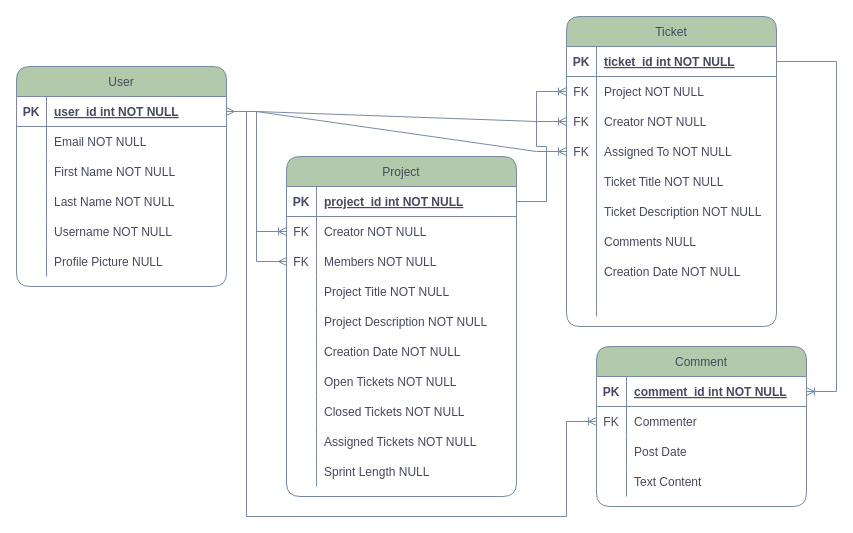
Before: config and documentation/database-schema.drawio in krishabbashyal/issue-tracker, a draw.io diagram. Source tidied: cells renumbered, new cells numbered last; positions are measured from the earlier drawing's top-left corner, leaving out a move shared by most shapes. Both pictures are drawn from the tidied source at 100%, with x=0, y=0 at pixel (16, 16).
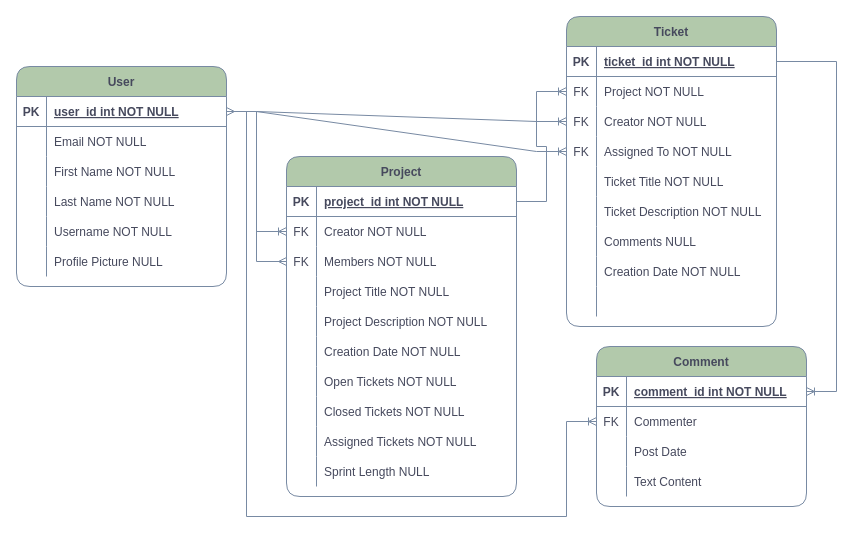
The same page after the edit.

Change to the diagram source:
```diff
@@
-    <mxCell id="2" value="User" style="shape=table;startSize=30;childLayout=tableLayout;rowLines=0;fontStyle=0;align=center;rounded=1;fillColor=#B2C9AB;strokeColor=#788AA3;fontColor=#46495D;strokeWidth=1;" parent="1" vertex="1">
+    <mxCell id="2" value="User" style="shape=table;startSize=30;childLayout=tableLayout;rowLines=0;fontStyle=1;align=center;rounded=1;fillColor=#B2C9AB;strokeColor=#788AA3;fontColor=#46495D;strokeWidth=1;" parent="1" vertex="1">
       <mxGeometry y="50" width="210" height="220" as="geometry" />
     </mxCell>
@@
-    <mxCell id="21" value="Project" style="shape=table;startSize=30;childLayout=tableLayout;rowLines=0;fontStyle=0;align=center;rounded=1;fillColor=#B2C9AB;strokeColor=#788AA3;fontColor=#46495D;strokeWidth=1;" parent="1" vertex="1">
+    <mxCell id="21" value="Project" style="shape=table;startSize=30;childLayout=tableLayout;rowLines=0;fontStyle=1;align=center;rounded=1;fillColor=#B2C9AB;strokeColor=#788AA3;fontColor=#46495D;strokeWidth=1;" parent="1" vertex="1">
       <mxGeometry x="270" y="140" width="230" height="340" as="geometry" />
     </mxCell>
@@
-    <mxCell id="52" value="Ticket" style="shape=table;startSize=30;childLayout=tableLayout;rowLines=0;fontStyle=0;align=center;rounded=1;sketch=0;fontColor=#46495D;strokeColor=#788AA3;fillColor=#B2C9AB;shadow=0;strokeWidth=1;" parent="1" vertex="1">
+    <mxCell id="52" value="Ticket" style="shape=table;startSize=30;childLayout=tableLayout;rowLines=0;fontStyle=1;align=center;rounded=1;sketch=0;fontColor=#46495D;strokeColor=#788AA3;fillColor=#B2C9AB;shadow=0;strokeWidth=1;" parent="1" vertex="1">
       <mxGeometry x="550" width="210" height="310" as="geometry" />
     </mxCell>
@@
-    <mxCell id="85" value="Comment" style="shape=table;startSize=30;childLayout=tableLayout;rowLines=0;fontStyle=0;align=center;rounded=1;shadow=0;sketch=0;strokeColor=#788AA3;fillColor=#B2C9AB;fontColor=#46495D;strokeWidth=1;" parent="1" vertex="1">
+    <mxCell id="85" value="Comment" style="shape=table;startSize=30;childLayout=tableLayout;rowLines=0;fontStyle=1;align=center;rounded=1;shadow=0;sketch=0;strokeColor=#788AA3;fillColor=#B2C9AB;fontColor=#46495D;strokeWidth=1;" parent="1" vertex="1">
       <mxGeometry x="580" y="330" width="210" height="160" as="geometry" />
     </mxCell>
```
